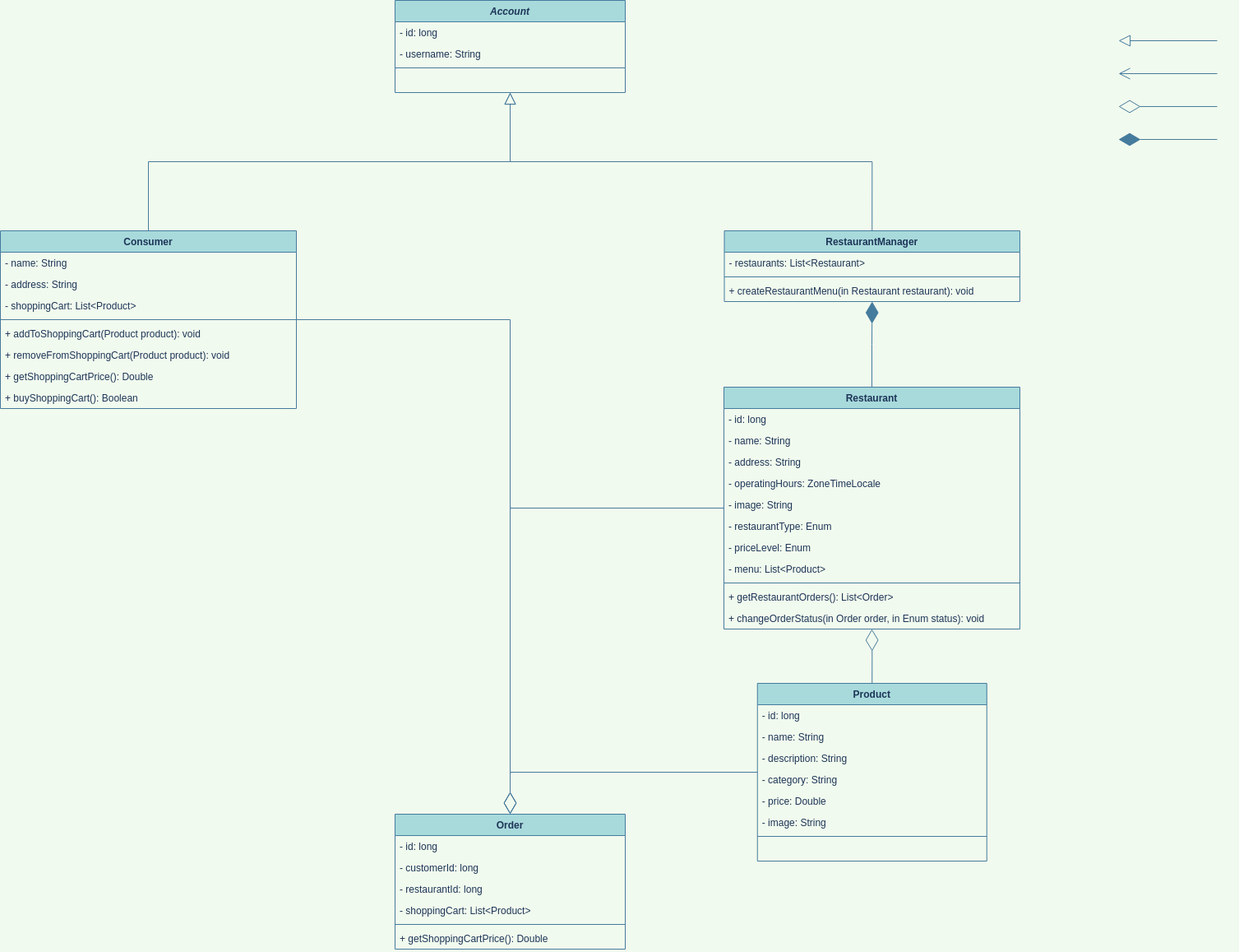
AWAProjectT35/awa-documentation keeps this draw.io diagram as UML/AWA_UML_Class.png. Above is the earlier version. Source tidied: cells renumbered, new cells last; positions are measured from the earlier drawing's top-left corner, leaving out a move shared by most shapes.
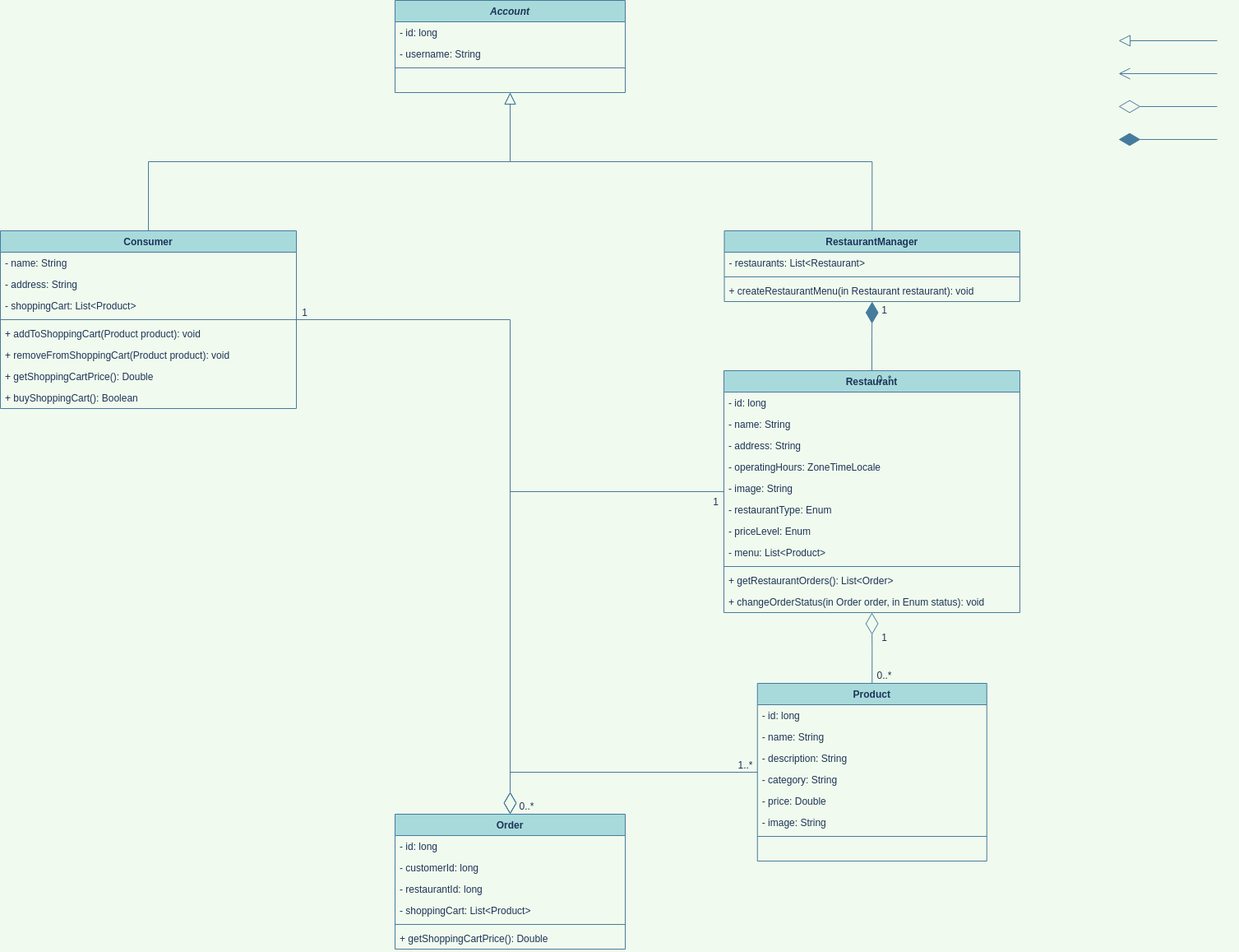
Above is the later version.

Commit message:
relation numbers

Change to the diagram source:
```diff
@@ -90,7 +90,7 @@
       <mxGeometry y="190" width="279" height="26" as="geometry" />
     </mxCell>
     <mxCell id="30" value="Restaurant" style="swimlane;fontStyle=1;align=center;verticalAlign=top;horizontal=1;startSize=26;rounded=0;shadow=0;glass=0;labelBorderColor=none;strokeColor=#457B9D;fillColor=#A8DADC;fontColor=#1D3557;" parent="1" vertex="1">
-      <mxGeometry x="880" y="470" width="360" height="294" as="geometry" />
+      <mxGeometry x="880" y="450" width="360" height="294" as="geometry" />
     </mxCell>
     <mxCell id="31" value="- id: long" style="text;strokeColor=none;fillColor=none;align=left;verticalAlign=top;spacingLeft=4;spacingRight=4;overflow=hidden;rounded=0;shadow=0;glass=0;labelBorderColor=none;fontColor=#1D3557;" parent="30" vertex="1">
       <mxGeometry y="26" width="360" height="26" as="geometry" />
@@ -185,5 +185,29 @@
     <mxCell id="58" style="endArrow=diamondThin;endFill=0;endSize=24;html=1;rounded=0;edgeStyle=orthogonalEdgeStyle;strokeColor=#457B9D;exitX=0.5;exitY=0;exitDx=0;exitDy=0;fontColor=#1D3557;labelBackgroundColor=#F1FAEE;" parent="1" edge="1" source="21" target="30">
       <mxGeometry relative="1" as="geometry" />
     </mxCell>
+    <mxCell id="59" value="1" style="text;html=1;align=center;verticalAlign=middle;strokeColor=none;fillColor=none;fontColor=#1D3557;" parent="1" vertex="1">
+      <mxGeometry x="360" y="369" width="20" height="20" as="geometry" />
+    </mxCell>
+    <mxCell id="60" value="1" style="text;html=1;align=center;verticalAlign=middle;strokeColor=none;fillColor=none;fontColor=#1D3557;" parent="1" vertex="1">
+      <mxGeometry x="860" y="599" width="20" height="20" as="geometry" />
+    </mxCell>
+    <mxCell id="61" value="0..*" style="text;html=1;align=center;verticalAlign=middle;strokeColor=none;fillColor=none;fontColor=#1D3557;" parent="1" vertex="1">
+      <mxGeometry x="625" y="969" width="30" height="20" as="geometry" />
+    </mxCell>
+    <mxCell id="62" value="1..*" style="text;html=1;align=center;verticalAlign=middle;strokeColor=none;fillColor=none;fontColor=#1D3557;" parent="1" vertex="1">
+      <mxGeometry x="890.8" y="919" width="30" height="20" as="geometry" />
+    </mxCell>
+    <mxCell id="63" value="0..*" style="text;html=1;align=center;verticalAlign=middle;strokeColor=none;fillColor=none;fontColor=#1D3557;" parent="1" vertex="1">
+      <mxGeometry x="1060" y="810" width="30" height="20" as="geometry" />
+    </mxCell>
+    <mxCell id="64" value="1" style="text;html=1;align=center;verticalAlign=middle;strokeColor=none;fillColor=none;fontColor=#1D3557;" parent="1" vertex="1">
+      <mxGeometry x="1065" y="764" width="20" height="20" as="geometry" />
+    </mxCell>
+    <mxCell id="65" value="0..*" style="text;html=1;align=center;verticalAlign=middle;strokeColor=none;fillColor=none;fontColor=#1D3557;" parent="1" vertex="1">
+      <mxGeometry x="1060" y="450" width="30" height="20" as="geometry" />
+    </mxCell>
+    <mxCell id="66" value="1" style="text;html=1;align=center;verticalAlign=middle;strokeColor=none;fillColor=none;fontColor=#1D3557;" parent="1" vertex="1">
+      <mxGeometry x="1065" y="366" width="20" height="20" as="geometry" />
+    </mxCell>
   </root>
 </mxGraphModel>
```
